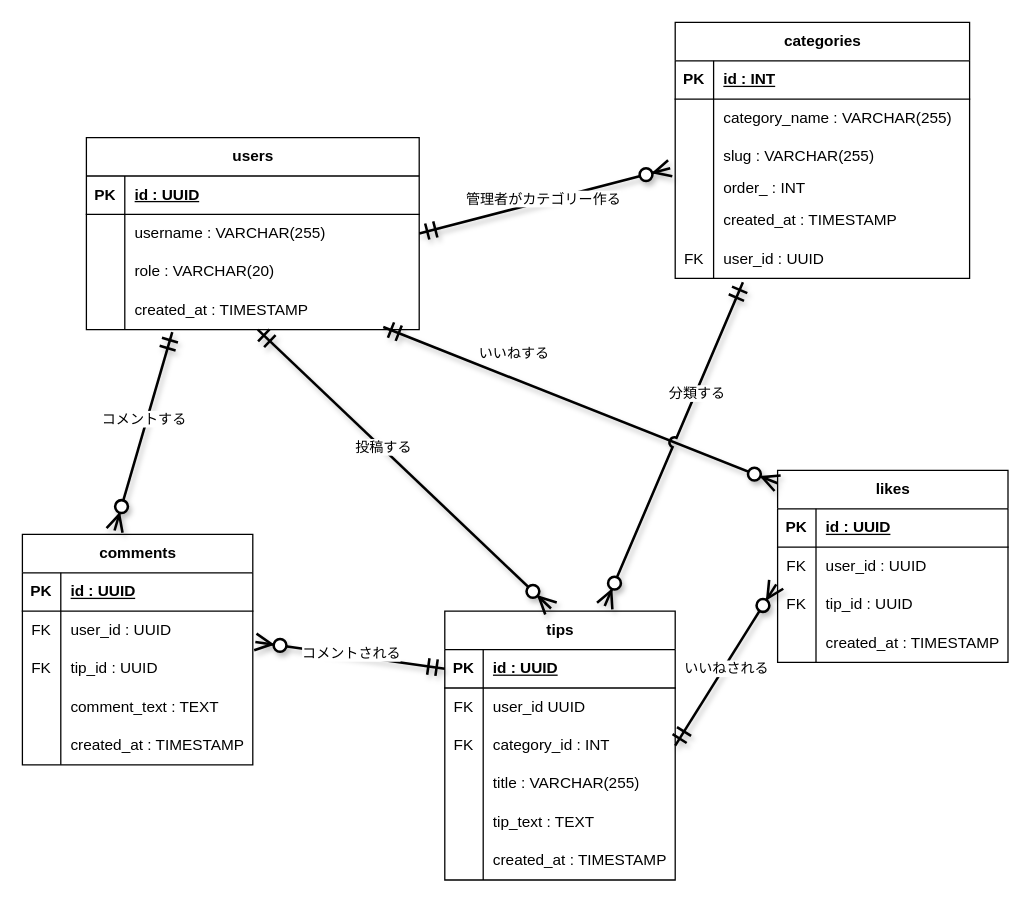
Above: docs/er-version2.dio in Hackathon-by-Supporters/TipStar (draw.io), before the change. Source tidied: cells renumbered, new cells numbered last; positions are measured from the earlier drawing's top-left corner, leaving out a move shared by most shapes. Both pictures are drawn from the tidied source at 128%, with x=0, y=0 at pixel (22, 22).
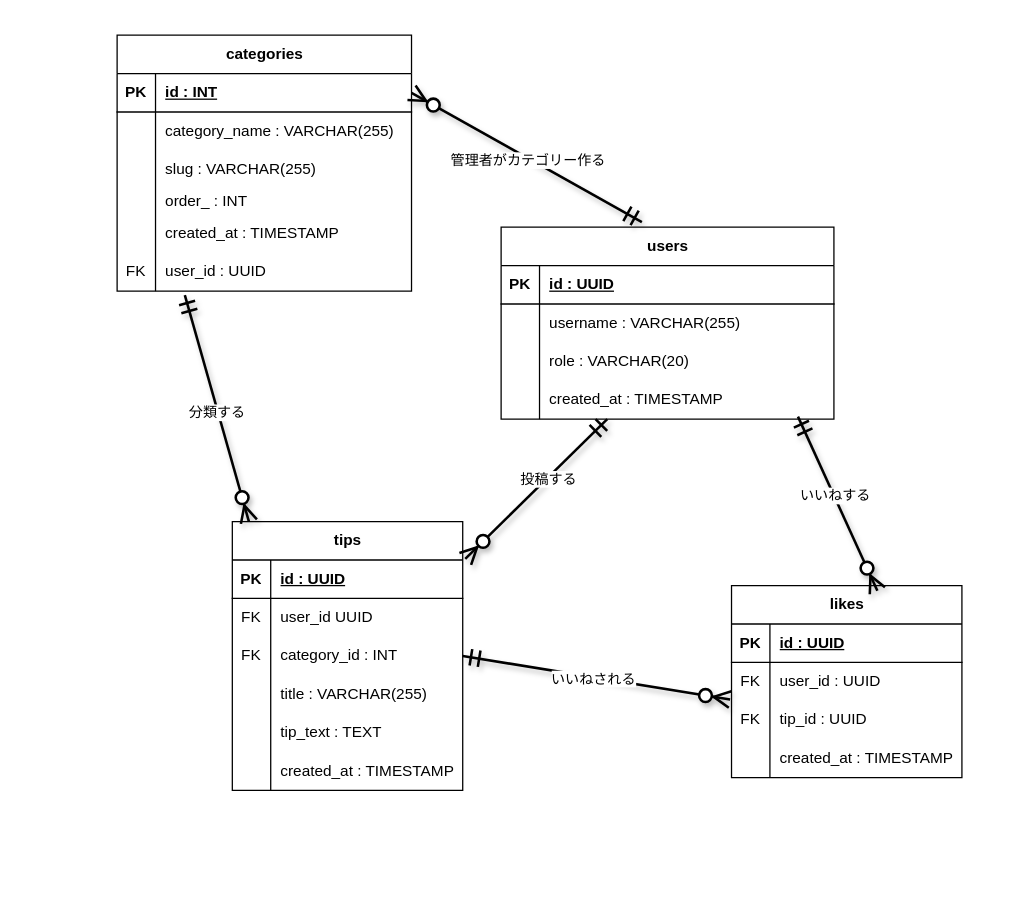
Above is the later version.

Commit message:
docs: ER図作成2 commentテーブル削除

The change refers to these unchanged cells:
```xml
<mxCell id="6" style="shape=tableRow;horizontal=0;startSize=0;swimlaneHead=0;swimlaneBody=0;fillColor=none;points=[[0,0.5],[1,0.5]];portConstraint=eastwest;top=0;left=0;right=0;bottom=0;" parent="2" vertex="1">
  <mxGeometry y="60" width="260" height="30" as="geometry" />
</mxCell>
<mxCell id="12" style="shape=tableRow;horizontal=0;startSize=0;swimlaneHead=0;swimlaneBody=0;fillColor=none;points=[[0,0.5],[1,0.5]];portConstraint=eastwest;top=0;left=0;right=0;bottom=0;" parent="2" vertex="1">
  <mxGeometry y="120" width="260" height="30" as="geometry" />
</mxCell>
<mxCell id="16" style="shape=tableRow;horizontal=0;startSize=0;swimlaneHead=0;swimlaneBody=0;fillColor=none;points=[[0,0.5],[1,0.5]];portConstraint=eastwest;top=0;left=0;right=0;bottom=1;" parent="15" vertex="1">
  <mxGeometry y="30" width="180" height="30" as="geometry" />
</mxCell>
<mxCell id="64" style="shape=tableRow;horizontal=0;startSize=0;swimlaneHead=0;swimlaneBody=0;fillColor=none;points=[[0,0.5],[1,0.5]];portConstraint=eastwest;top=0;left=0;right=0;bottom=1;" parent="63" vertex="1">
  <mxGeometry y="30" width="230" height="30" as="geometry" />
</mxCell>
<mxCell id="70" style="shape=tableRow;horizontal=0;startSize=0;swimlaneHead=0;swimlaneBody=0;fillColor=none;points=[[0,0.5],[1,0.5]];portConstraint=eastwest;top=0;left=0;right=0;bottom=0;" parent="63" vertex="1">
  <mxGeometry y="90" width="230" height="30" as="geometry" />
</mxCell>
<mxCell id="79" style="shape=tableRow;horizontal=0;startSize=0;swimlaneHead=0;swimlaneBody=0;fillColor=none;points=[[0,0.5],[1,0.5]];portConstraint=eastwest;top=0;left=0;right=0;bottom=0;" parent="63" vertex="1">
  <mxGeometry y="170" width="230" height="30" as="geometry" />
</mxCell>
```

The edit, as a diff of the source:
```diff
@@
     <mxCell id="2" value="users" style="shape=table;startSize=30;childLayout=tableLayout;rowLines=0;fontStyle=1;align=center;html=1;" parent="1" vertex="1">
-      <mxGeometry x="50" y="90" width="260" height="150" as="geometry" />
+      <mxGeometry x="374" y="160" width="260" height="150" as="geometry" />
     </mxCell>
@@
     <mxCell id="15" value="tips" style="shape=table;startSize=30;childLayout=tableLayout;rowLines=0;fontStyle=1;align=center;html=1;" parent="1" vertex="1">
-      <mxGeometry x="330" y="460" width="180" height="210" as="geometry" />
+      <mxGeometry x="164" y="390" width="180" height="210" as="geometry" />
     </mxCell>
@@
     <mxCell id="34" value="likes" style="shape=table;startSize=30;childLayout=tableLayout;rowLines=0;fontStyle=1;align=center;html=1;" parent="1" vertex="1">
-      <mxGeometry x="590" y="350" width="180" height="150" as="geometry" />
+      <mxGeometry x="554" y="440" width="180" height="150" as="geometry" />
     </mxCell>
@@
-    <mxCell id="47" value="comments" style="shape=table;startSize=30;childLayout=tableLayout;rowLines=0;fontStyle=1;align=center;html=1;" parent="1" vertex="1">
-      <mxGeometry y="400" width="180" height="180" as="geometry" />
-    </mxCell>
-    <mxCell id="48" style="shape=tableRow;horizontal=0;startSize=0;swimlaneHead=0;swimlaneBody=0;fillColor=none;top=0;left=0;right=0;bottom=1;" parent="47" vertex="1">
-      <mxGeometry y="30" width="180" height="30" as="geometry" />
-    </mxCell>
-    <mxCell id="49" value="PK" style="shape=partialRectangle;fillColor=none;top=0;left=0;bottom=0;right=0;fontStyle=1;overflow=hidden;whiteSpace=wrap;html=1;" parent="48" vertex="1">
-      <mxGeometry width="30" height="30" as="geometry" />
-    </mxCell>
-    <mxCell id="50" value="id : UUID" style="shape=partialRectangle;fillColor=none;top=0;left=0;bottom=0;right=0;align=left;spacingLeft=6;fontStyle=5;overflow=hidden;whiteSpace=wrap;html=1;" parent="48" vertex="1">
-      <mxGeometry x="30" width="150" height="30" as="geometry" />
-    </mxCell>
-    <mxCell id="51" style="shape=tableRow;horizontal=0;startSize=0;swimlaneHead=0;swimlaneBody=0;fillColor=none;points=[[0,0.5],[1,0.5]];portConstraint=eastwest;top=0;left=0;right=0;bottom=0;" parent="47" vertex="1">
-      <mxGeometry y="60" width="180" height="30" as="geometry" />
-    </mxCell>
-    <mxCell id="52" value="FK" style="shape=partialRectangle;fillColor=none;top=0;left=0;bottom=0;right=0;overflow=hidden;whiteSpace=wrap;html=1;" parent="51" vertex="1">
-      <mxGeometry width="30" height="30" as="geometry" />
-    </mxCell>
-    <mxCell id="53" value="user_id : UUID" style="shape=partialRectangle;fillColor=none;top=0;left=0;bottom=0;right=0;align=left;spacingLeft=6;overflow=hidden;whiteSpace=wrap;html=1;" parent="51" vertex="1">
-      <mxGeometry x="30" width="150" height="30" as="geometry" />
-    </mxCell>
-    <mxCell id="54" style="shape=tableRow;horizontal=0;startSize=0;swimlaneHead=0;swimlaneBody=0;fillColor=none;top=0;left=0;right=0;bottom=0;" parent="47" vertex="1">
-      <mxGeometry y="90" width="180" height="30" as="geometry" />
-    </mxCell>
-    <mxCell id="55" value="FK" style="shape=partialRectangle;fillColor=none;top=0;left=0;bottom=0;right=0;overflow=hidden;whiteSpace=wrap;html=1;" parent="54" vertex="1">
-      <mxGeometry width="30" height="30" as="geometry" />
-    </mxCell>
-    <mxCell id="56" value="tip_id : UUID" style="shape=partialRectangle;fillColor=none;top=0;left=0;bottom=0;right=0;align=left;spacingLeft=6;overflow=hidden;whiteSpace=wrap;html=1;" parent="54" vertex="1">
-      <mxGeometry x="30" width="150" height="30" as="geometry" />
-    </mxCell>
-    <mxCell id="57" style="shape=tableRow;horizontal=0;startSize=0;swimlaneHead=0;swimlaneBody=0;fillColor=none;top=0;left=0;right=0;bottom=0;" parent="47" vertex="1">
-      <mxGeometry y="120" width="180" height="30" as="geometry" />
-    </mxCell>
-    <mxCell id="58" style="shape=partialRectangle;fillColor=none;top=0;left=0;bottom=0;right=0;overflow=hidden;whiteSpace=wrap;html=1;" parent="57" vertex="1">
-      <mxGeometry width="30" height="30" as="geometry" />
-    </mxCell>
-    <mxCell id="59" value="comment_text : TEXT" style="shape=partialRectangle;fillColor=none;top=0;left=0;bottom=0;right=0;align=left;spacingLeft=6;overflow=hidden;whiteSpace=wrap;html=1;" parent="57" vertex="1">
-      <mxGeometry x="30" width="150" height="30" as="geometry" />
-    </mxCell>
-    <mxCell id="60" style="shape=tableRow;horizontal=0;startSize=0;swimlaneHead=0;swimlaneBody=0;fillColor=none;top=0;left=0;right=0;bottom=0;" parent="47" vertex="1">
-      <mxGeometry y="150" width="180" height="30" as="geometry" />
-    </mxCell>
-    <mxCell id="61" style="shape=partialRectangle;fillColor=none;top=0;left=0;bottom=0;right=0;overflow=hidden;whiteSpace=wrap;html=1;" parent="60" vertex="1">
-      <mxGeometry width="30" height="30" as="geometry" />
-    </mxCell>
-    <mxCell id="62" value="created_at : TIMESTAMP" style="shape=partialRectangle;fillColor=none;top=0;left=0;bottom=0;right=0;align=left;spacingLeft=6;overflow=hidden;whiteSpace=wrap;html=1;" parent="60" vertex="1">
-      <mxGeometry x="30" width="150" height="30" as="geometry" />
-    </mxCell>
     <mxCell id="63" value="categories" style="shape=table;startSize=30;childLayout=tableLayout;rowLines=0;fontStyle=1;align=center;html=1;" parent="1" vertex="1">
-      <mxGeometry x="510" width="230" height="200" as="geometry" />
+      <mxGeometry x="74" y="10" width="230" height="200" as="geometry" />
     </mxCell>
@@
-    <mxCell id="82" style="fontSize=12;html=1;endArrow=ERzeroToMany;startArrow=ERmandOne;entryX=0.461;entryY=-0.01;entryDx=0;entryDy=0;entryPerimeter=0;exitX=0.515;exitY=1;exitDx=0;exitDy=0;exitPerimeter=0;strokeWidth=2;targetPerimeterSpacing=0;endSize=10;startSize=10;jumpSize=6;jumpStyle=arc;shadow=1;" parent="1" edge="1" source="12" target="15">
+    <mxCell id="82" style="fontSize=12;html=1;endArrow=ERzeroToMany;startArrow=ERmandOne;entryX=1.011;entryY=-0.029;entryDx=0;entryDy=0;entryPerimeter=0;exitX=0.319;exitY=1;exitDx=0;exitDy=0;exitPerimeter=0;strokeWidth=2;targetPerimeterSpacing=0;endSize=10;startSize=10;jumpSize=6;jumpStyle=arc;shadow=1;" parent="1" edge="1" source="12" target="16">
       <mxGeometry relative="1" as="geometry" />
     </mxCell>
@@
-    <mxCell id="84" style="fontSize=12;html=1;endArrow=ERzeroToMany;startArrow=ERmandOne;entryX=0.4;entryY=-0.017;entryDx=0;entryDy=0;entryPerimeter=0;exitX=0.258;exitY=1.067;exitDx=0;exitDy=0;exitPerimeter=0;strokeWidth=2;targetPerimeterSpacing=0;endSize=10;startSize=10;jumpSize=6;jumpStyle=arc;shadow=1;" parent="1" edge="1" source="12" target="47">
-      <mxGeometry relative="1" as="geometry" />
-    </mxCell>
-    <mxCell id="85" value="コメントする" style="edgeLabel;html=1;align=center;verticalAlign=middle;" parent="84" vertex="1">
-      <mxGeometry x="-0.12" y="-3" relative="1" as="geometry" />
-    </mxCell>
-    <mxCell id="86" style="fontSize=12;html=1;endArrow=ERzeroToMany;startArrow=ERmandOne;entryX=0;entryY=0.067;entryDx=0;entryDy=0;entryPerimeter=0;exitX=0.892;exitY=0.933;exitDx=0;exitDy=0;exitPerimeter=0;strokeWidth=2;targetPerimeterSpacing=0;endSize=10;startSize=10;jumpSize=6;jumpStyle=arc;shadow=1;" parent="1" edge="1" source="12" target="34">
+    <mxCell id="86" style="fontSize=12;html=1;endArrow=ERzeroToMany;startArrow=ERmandOne;entryX=0.633;entryY=0.027;entryDx=0;entryDy=0;entryPerimeter=0;exitX=0.892;exitY=0.933;exitDx=0;exitDy=0;exitPerimeter=0;strokeWidth=2;targetPerimeterSpacing=0;endSize=10;startSize=10;jumpSize=6;jumpStyle=arc;shadow=1;" parent="1" edge="1" source="12" target="34">
       <mxGeometry relative="1" as="geometry" />
     </mxCell>
     <mxCell id="87" value="いいねする" style="edgeLabel;html=1;align=center;verticalAlign=middle;" parent="86" vertex="1">
-      <mxGeometry x="0.26" y="1" relative="1" as="geometry">
-        <mxPoint x="-93" y="-56" as="offset" />
-      </mxGeometry>
+      <mxGeometry x="-0.09" relative="1" as="geometry" />
     </mxCell>
-    <mxCell id="88" style="fontSize=12;html=1;endArrow=ERzeroToMany;startArrow=ERmandOne;entryX=0.694;entryY=-0.019;entryDx=0;entryDy=0;entryPerimeter=0;exitX=0.23;exitY=1.1;exitDx=0;exitDy=0;exitPerimeter=0;strokeWidth=2;targetPerimeterSpacing=0;endSize=10;startSize=10;jumpSize=6;jumpStyle=arc;shadow=1;" parent="1" edge="1" source="79" target="15">
+    <mxCell id="88" style="fontSize=12;html=1;endArrow=ERzeroToMany;startArrow=ERmandOne;entryX=0.072;entryY=0;entryDx=0;entryDy=0;entryPerimeter=0;exitX=0.23;exitY=1.1;exitDx=0;exitDy=0;exitPerimeter=0;strokeWidth=2;targetPerimeterSpacing=0;endSize=10;startSize=10;jumpSize=6;jumpStyle=arc;shadow=1;" parent="1" edge="1" source="79" target="15">
       <mxGeometry relative="1" as="geometry" />
     </mxCell>
     <mxCell id="89" value="分類する" style="edgeLabel;html=1;align=center;verticalAlign=middle;" parent="88" vertex="1">
-      <mxGeometry x="-0.31" y="1" relative="1" as="geometry">
-        <mxPoint y="-1" as="offset" />
-      </mxGeometry>
+      <mxGeometry x="0.03" y="-1" relative="1" as="geometry" />
     </mxCell>
-    <mxCell id="90" style="fontSize=12;html=1;endArrow=ERzeroToMany;startArrow=ERmandOne;entryX=-0.017;entryY=0.8;entryDx=0;entryDy=0;entryPerimeter=0;exitX=1;exitY=0.5;exitDx=0;exitDy=0;strokeWidth=2;targetPerimeterSpacing=0;endSize=10;startSize=10;jumpSize=6;jumpStyle=arc;shadow=1;" parent="1" edge="1" source="6" target="70">
+    <mxCell id="90" style="fontSize=12;html=1;endArrow=ERzeroToMany;startArrow=ERmandOne;entryX=1;entryY=0.5;entryDx=0;entryDy=0;exitX=0.423;exitY=-0.027;exitDx=0;exitDy=0;strokeWidth=2;targetPerimeterSpacing=0;endSize=10;startSize=10;jumpSize=6;jumpStyle=arc;shadow=1;exitPerimeter=0;" parent="1" edge="1" source="2" target="64">
       <mxGeometry relative="1" as="geometry" />
     </mxCell>
@@
-    <mxCell id="94" style="fontSize=12;html=1;endArrow=ERzeroToMany;startArrow=ERmandOne;entryX=1.011;entryY=0.8;entryDx=0;entryDy=0;entryPerimeter=0;exitX=0;exitY=0.5;exitDx=0;exitDy=0;strokeWidth=2;targetPerimeterSpacing=0;endSize=10;startSize=10;jumpSize=6;jumpStyle=arc;shadow=1;" parent="1" edge="1" source="16" target="51">
-      <mxGeometry relative="1" as="geometry" />
-    </mxCell>
-    <mxCell id="95" value="コメントされる" style="edgeLabel;html=1;align=center;verticalAlign=middle;" parent="94" vertex="1">
-      <mxGeometry y="-2" relative="1" as="geometry" />
-    </mxCell>
```
